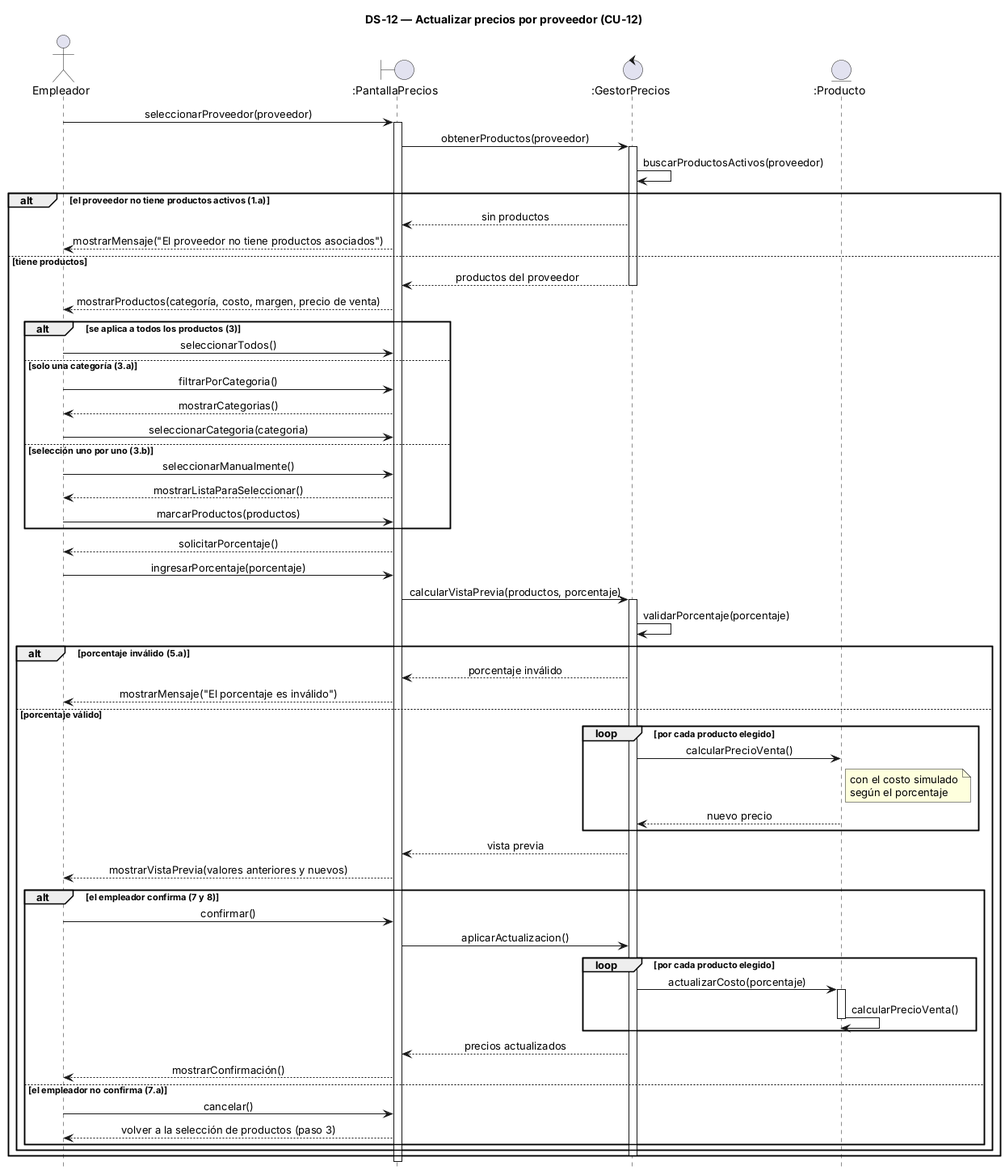
This is 08-Diagrama De Secuencia/DS-12 Actualizar precios por proveedor.png from alanbalzaretti123/control-de-stock1, a PlantUML export, as it was before one commit.
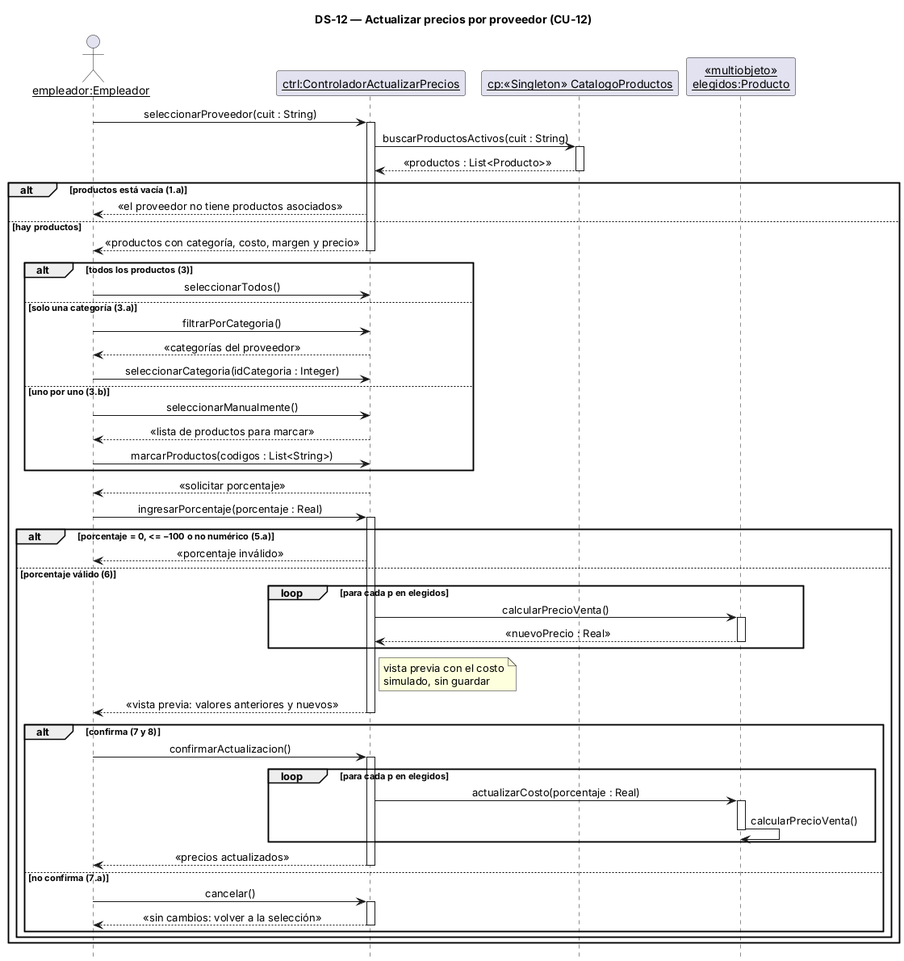
Later version of the same file.

Change to the diagram source:
```diff
@@ -3,72 +3,69 @@
 hide footbox
 skinparam sequenceMessageAlign center
 skinparam responseMessageBelowArrow true
+skinparam sequenceParticipant underline
 
-actor "Empleador" as U
-boundary ":PantallaPrecios" as P
-control ":GestorPrecios" as G
-entity ":Producto" as PR
+actor "empleador:Empleador" as U
+participant "ctrl:ControladorActualizarPrecios" as C
+participant "cp:«Singleton» CatalogoProductos" as CP
+participant "«multiobjeto»\nelegidos:Producto" as P
 
-U -> P : seleccionarProveedor(proveedor)
-activate P
-P -> G : obtenerProductos(proveedor)
-activate G
-G -> G : buscarProductosActivos(proveedor)
-alt el proveedor no tiene productos activos (1.a)
-  G --> P : sin productos
-  P --> U : mostrarMensaje("El proveedor no tiene productos asociados")
-else tiene productos
-  G --> P : productos del proveedor
-  deactivate G
-  P --> U : mostrarProductos(categoría, costo, margen, precio de venta)
-
-  alt se aplica a todos los productos (3)
-    U -> P : seleccionarTodos()
+U -> C : seleccionarProveedor(cuit : String)
+activate C
+C -> CP : buscarProductosActivos(cuit : String)
+activate CP
+CP --> C : «productos : List<Producto>»
+deactivate CP
+alt productos está vacía (1.a)
+  C --> U : «el proveedor no tiene productos asociados»
+else hay productos
+  C --> U : «productos con categoría, costo, margen y precio»
+  deactivate C
+  alt todos los productos (3)
+    U -> C : seleccionarTodos()
   else solo una categoría (3.a)
-    U -> P : filtrarPorCategoria()
-    P --> U : mostrarCategorias()
-    U -> P : seleccionarCategoria(categoria)
-  else selección uno por uno (3.b)
-    U -> P : seleccionarManualmente()
-    P --> U : mostrarListaParaSeleccionar()
-    U -> P : marcarProductos(productos)
+    U -> C : filtrarPorCategoria()
+    C --> U : «categorías del proveedor»
+    U -> C : seleccionarCategoria(idCategoria : Integer)
+  else uno por uno (3.b)
+    U -> C : seleccionarManualmente()
+    C --> U : «lista de productos para marcar»
+    U -> C : marcarProductos(codigos : List<String>)
   end
-
-  P --> U : solicitarPorcentaje()
-  U -> P : ingresarPorcentaje(porcentaje)
-  P -> G : calcularVistaPrevia(productos, porcentaje)
-  activate G
-  G -> G : validarPorcentaje(porcentaje)
-  alt porcentaje inválido (5.a)
-    G --> P : porcentaje inválido
-    P --> U : mostrarMensaje("El porcentaje es inválido")
-  else porcentaje válido
-    loop por cada producto elegido
-      G -> PR : calcularPrecioVenta()
-      note right of PR : con el costo simulado\nsegún el porcentaje
-      PR --> G : nuevo precio
+  activate C
+  C --> U : «solicitar porcentaje»
+  deactivate C
+  U -> C : ingresarPorcentaje(porcentaje : Real)
+  activate C
+  alt porcentaje = 0, <= −100 o no numérico (5.a)
+    C --> U : «porcentaje inválido»
+  else porcentaje válido (6)
+    loop para cada p en elegidos
+      C -> P : calcularPrecioVenta()
+      activate P
+      P --> C : «nuevoPrecio : Real»
+      deactivate P
     end
-    G --> P : vista previa
-    P --> U : mostrarVistaPrevia(valores anteriores y nuevos)
-
-    alt el empleador confirma (7 y 8)
-      U -> P : confirmar()
-      P -> G : aplicarActualizacion()
-      loop por cada producto elegido
-        G -> PR : actualizarCosto(porcentaje)
-        activate PR
-        PR -> PR : calcularPrecioVenta()
-        deactivate PR
+    note right of C : vista previa con el costo\nsimulado, sin guardar
+    C --> U : «vista previa: valores anteriores y nuevos»
+    deactivate C
+    alt confirma (7 y 8)
+      U -> C : confirmarActualizacion()
+      activate C
+      loop para cada p en elegidos
+        C -> P : actualizarCosto(porcentaje : Real)
+        activate P
+        P -> P : calcularPrecioVenta()
+        deactivate P
       end
-      G --> P : precios actualizados
-      P --> U : mostrarConfirmación()
-    else el empleador no confirma (7.a)
-      U -> P : cancelar()
-      P --> U : volver a la selección de productos (paso 3)
+      C --> U : «precios actualizados»
+      deactivate C
+    else no confirma (7.a)
+      U -> C : cancelar()
+      activate C
+      C --> U : «sin cambios: volver a la selección»
+      deactivate C
     end
   end
-  deactivate G
 end
-
-deactivate P
 @enduml
```
